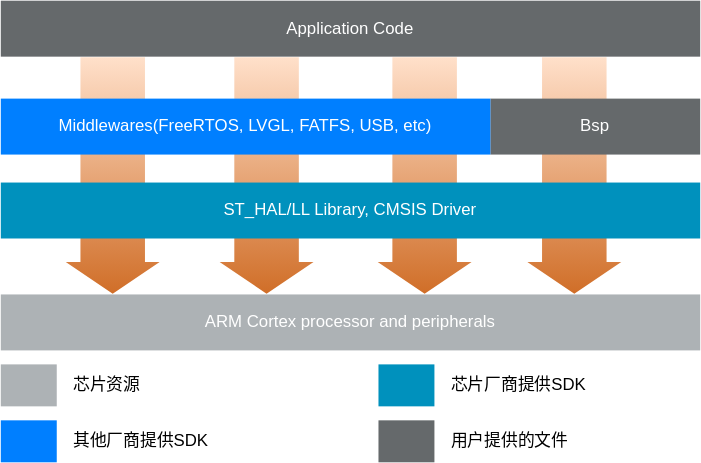
Before: assets/proj_struct.svg, a diagram exported from draw.io (Deadline039/STM32-Template). Source tidied: cells renumbered, new cells last; positions are measured from the earlier drawing's top-left corner, leaving out a move shared by most shapes.
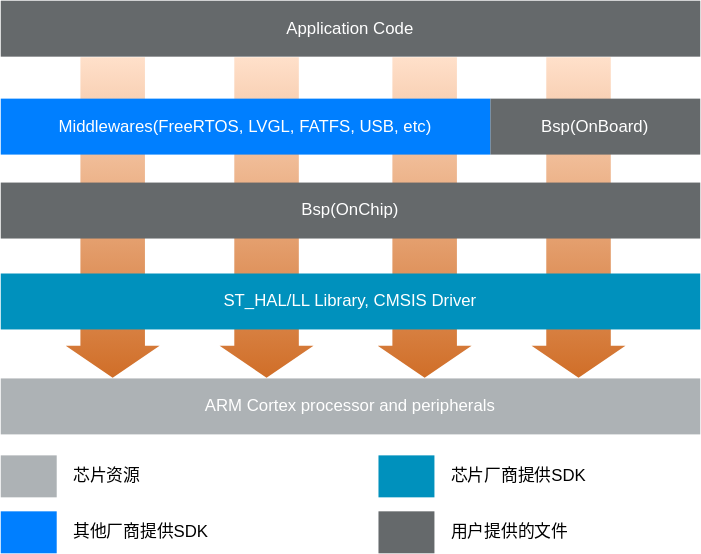
The same diagram one commit later.

The edit, as a diff of the source:
```diff
@@ -2,56 +2,55 @@
   <root>
     <mxCell id="0" />
     <mxCell id="1" parent="0" />
+    <mxCell id="19" style="shape=flexArrow;endArrow=classic;html=1;rounded=0;strokeColor=none;fillColor=#ffe0ca;gradientColor=#d06e28;width=46.11111111111111;endSize=7.258333333333333;entryX=0.38;entryY=0;entryDx=0;entryDy=0;entryPerimeter=0;" parent="1" edge="1">
+      <mxGeometry relative="1" as="geometry">
+        <mxPoint x="413" y="-25" as="sourcePoint" />
+        <mxPoint x="413" y="205" as="targetPoint" />
+        <Array as="points">
+          <mxPoint x="413" y="55" />
+        </Array>
+      </mxGeometry>
+    </mxCell>
+    <mxCell id="20" style="shape=flexArrow;endArrow=classic;html=1;rounded=0;strokeColor=none;fillColor=#ffe0ca;gradientColor=#d06e28;width=46.11111111111111;endSize=7.258333333333333;" parent="1" edge="1">
+      <mxGeometry relative="1" as="geometry">
+        <mxPoint x="303" y="-25" as="sourcePoint" />
+        <mxPoint x="303" y="205" as="targetPoint" />
+        <Array as="points">
+          <mxPoint x="303" y="55" />
+        </Array>
+      </mxGeometry>
+    </mxCell>
-    <mxCell id="2" style="shape=flexArrow;endArrow=classic;html=1;rounded=0;strokeColor=none;fillColor=#ffe0ca;gradientColor=#d06e28;width=46.11111111111111;endSize=7.258333333333333;" parent="1" edge="1">
+    <mxCell id="2" style="shape=flexArrow;endArrow=classic;html=1;rounded=0;strokeColor=none;fillColor=#ffe0ca;gradientColor=#d06e28;width=46.11111111111111;endSize=7.258333333333333;entryX=0.38;entryY=0;entryDx=0;entryDy=0;entryPerimeter=0;" parent="1" edge="1" target="10">
       <mxGeometry relative="1" as="geometry">
-        <mxPoint x="190" y="40" as="sourcePoint" />
-        <mxPoint x="190" y="210" as="targetPoint" />
+        <mxPoint x="190" y="-25" as="sourcePoint" />
         <Array as="points">
-          <mxPoint x="190" y="120" />
+          <mxPoint x="190" y="55" />
         </Array>
       </mxGeometry>
     </mxCell>
-    <mxCell id="3" style="shape=flexArrow;endArrow=classic;html=1;rounded=0;strokeColor=none;fillColor=#ffe0ca;gradientColor=#d06e28;width=46.11111111111111;endSize=7.258333333333333;" parent="1" edge="1">
-      <mxGeometry relative="1" as="geometry">
-        <mxPoint x="303" y="40" as="sourcePoint" />
-        <mxPoint x="303" y="210" as="targetPoint" />
-        <Array as="points">
-          <mxPoint x="303" y="120" />
-        </Array>
-      </mxGeometry>
-    </mxCell>
-    <mxCell id="4" style="shape=flexArrow;endArrow=classic;html=1;rounded=0;strokeColor=none;fillColor=#ffe0ca;gradientColor=#d06e28;width=46.11111111111111;endSize=7.258333333333333;" parent="1" edge="1">
-      <mxGeometry relative="1" as="geometry">
-        <mxPoint x="410" y="40" as="sourcePoint" />
-        <mxPoint x="410" y="210" as="targetPoint" />
-        <Array as="points">
-          <mxPoint x="410" y="120" />
-        </Array>
-      </mxGeometry>
-    </mxCell>
     <mxCell id="5" style="shape=flexArrow;endArrow=classic;html=1;rounded=0;strokeColor=none;fillColor=#ffe0ca;gradientColor=#d06e28;width=46.11111111111111;endSize=7.258333333333333;" parent="1" edge="1">
       <mxGeometry relative="1" as="geometry">
-        <mxPoint x="80" y="40" as="sourcePoint" />
-        <mxPoint x="80" y="210" as="targetPoint" />
+        <mxPoint x="80" y="-25" as="sourcePoint" />
+        <mxPoint x="80" y="205" as="targetPoint" />
         <Array as="points">
-          <mxPoint x="80" y="120" />
+          <mxPoint x="80" y="55" />
         </Array>
       </mxGeometry>
     </mxCell>
     <mxCell id="6" value="Application Code" style="rounded=0;whiteSpace=wrap;html=1;strokeColor=none;fillColor=#65696b;fontColor=#ffffff;" parent="1" vertex="1">
-      <mxGeometry width="500" height="40" as="geometry" />
+      <mxGeometry y="-65" width="500" height="40" as="geometry" />
     </mxCell>
-    <mxCell id="7" value="Bsp" style="rounded=0;whiteSpace=wrap;html=1;strokeColor=none;fillColor=#65696b;fontColor=#ffffff;" parent="1" vertex="1">
-      <mxGeometry x="350" y="70" width="150" height="40" as="geometry" />
+    <mxCell id="7" value="Bsp(OnChip)" style="rounded=0;whiteSpace=wrap;html=1;strokeColor=none;fillColor=#65696b;fontColor=#ffffff;" parent="1" vertex="1">
+      <mxGeometry y="65" width="500" height="40" as="geometry" />
     </mxCell>
     <mxCell id="8" value="Middlewares(FreeRTOS, LVGL, FATFS, USB, etc)" style="rounded=0;whiteSpace=wrap;html=1;strokeColor=none;fillColor=#007fff;fontColor=#ffffff;" parent="1" vertex="1">
-      <mxGeometry y="70" width="350" height="40" as="geometry" />
+      <mxGeometry y="5" width="350" height="40" as="geometry" />
     </mxCell>
     <mxCell id="9" value="ST_HAL/LL Library, CMSIS Driver" style="rounded=0;whiteSpace=wrap;html=1;strokeColor=none;fillColor=#0091bd;fontColor=#ffffff;" parent="1" vertex="1">
       <mxGeometry y="130" width="500" height="40" as="geometry" />
     </mxCell>
     <mxCell id="10" value="ARM Cortex processor and peripherals" style="rounded=0;whiteSpace=wrap;html=1;strokeColor=none;fillColor=#ADB2B5;fontColor=#ffffff;" parent="1" vertex="1">
-      <mxGeometry y="210" width="500" height="40" as="geometry" />
+      <mxGeometry y="205" width="500" height="40" as="geometry" />
     </mxCell>
     <mxCell id="11" style="rounded=0;whiteSpace=wrap;html=1;strokeColor=none;fillColor=#ADB2B5;fontColor=#ffffff;" parent="1" vertex="1">
       <mxGeometry y="260" width="40" height="30" as="geometry" />
@@ -77,5 +76,8 @@
     <mxCell id="18" value="用户提供的文件" style="text;html=1;strokeColor=none;fillColor=none;align=left;verticalAlign=middle;whiteSpace=wrap;rounded=0;" parent="1" vertex="1">
       <mxGeometry x="320" y="300" width="180" height="30" as="geometry" />
     </mxCell>
+    <mxCell id="21" value="Bsp(OnBoard)" style="rounded=0;whiteSpace=wrap;html=1;strokeColor=none;fillColor=#65696b;fontColor=#ffffff;" parent="1" vertex="1">
+      <mxGeometry x="350" y="5" width="150" height="40" as="geometry" />
+    </mxCell>
   </root>
 </mxGraphModel>
```
